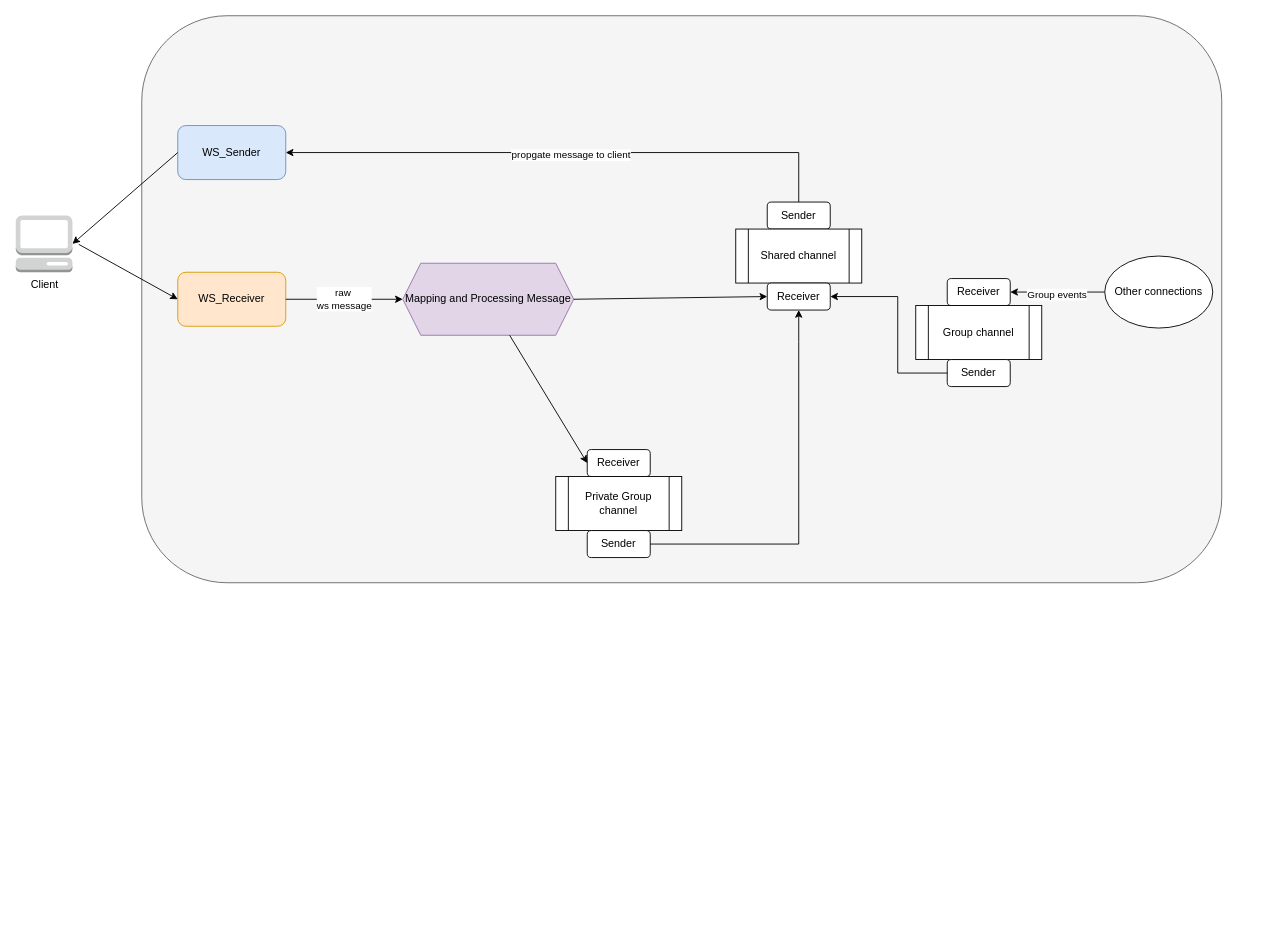
The draw.io diagram page "Workflow" (1 of 2) of doc/HandleChatSocket.drawio in tienphuckx/anony-box-backbone, before the edit. Source tidied: cells renumbered, new cells numbered last; positions are measured from the earlier drawing's top-left corner, leaving out a move shared by most shapes. Both pictures are drawn from the tidied source at 90%, with x=0, y=0 at pixel (15, 15).
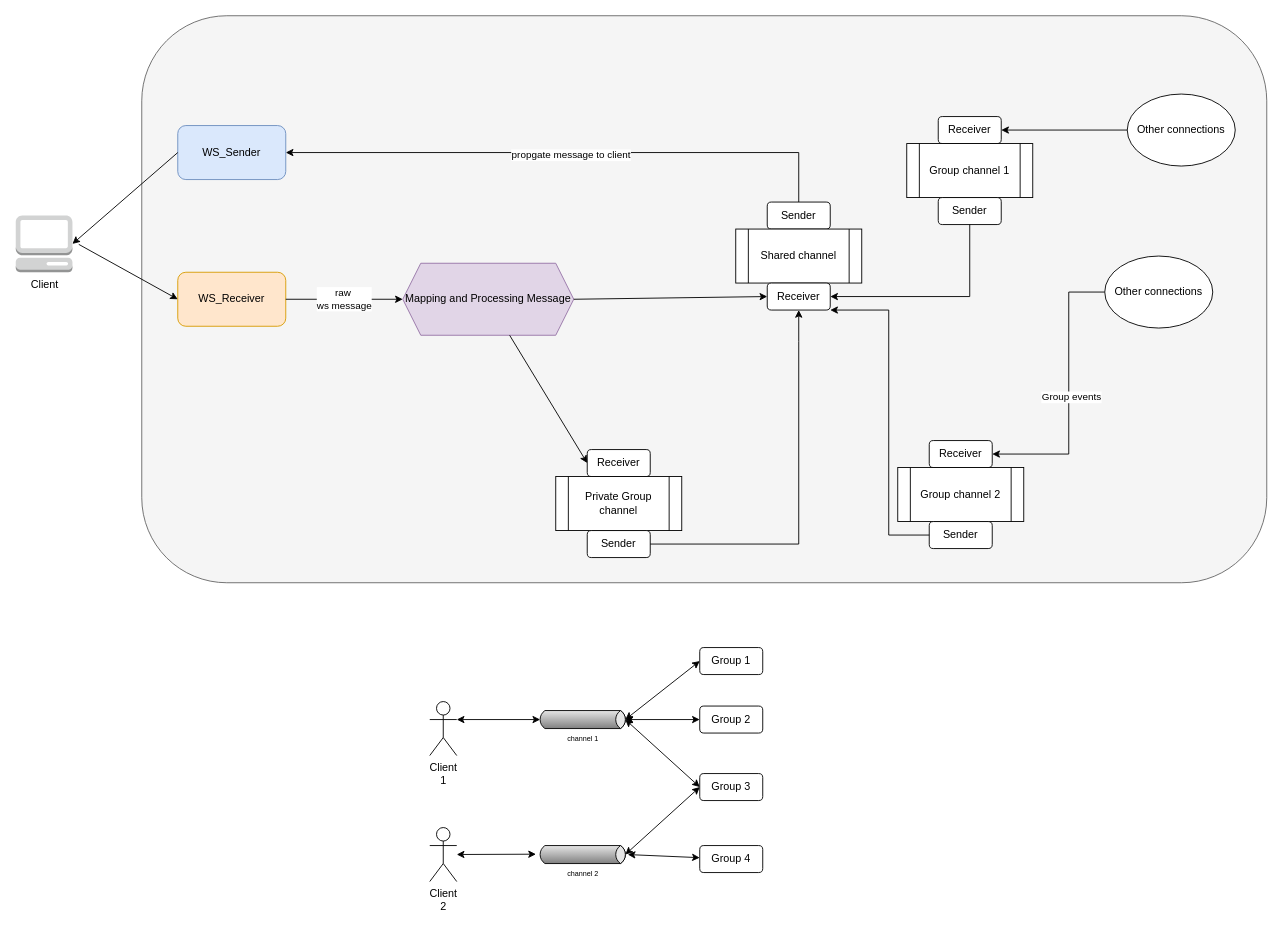
After the change.

Commit message (it also covers changes not shown here):
feat: use one WebSocket connection per a client to handle real-time events

The change refers to these unchanged cells:
```xml
<mxCell id="15" value="&lt;div&gt;Receiver&lt;/div&gt;" style="rounded=1;whiteSpace=wrap;html=1;" parent="12" vertex="1">
  <mxGeometry x="35" y="90" width="70" height="30" as="geometry" />
</mxCell>
<mxCell id="23" value="&lt;div&gt;Sender&lt;/div&gt;" style="rounded=1;whiteSpace=wrap;html=1;" parent="20" vertex="1">
  <mxGeometry x="35" y="90" width="70" height="30" as="geometry" />
</mxCell>
```

Change to the diagram source:
```diff
@@
     <mxCell id="2" style="rounded=1;whiteSpace=wrap;html=1;fillColor=#f5f5f5;fontColor=#333333;strokeColor=#666666;" parent="1" vertex="1">
-      <mxGeometry x="140" width="1200" height="630" as="geometry" />
+      <mxGeometry x="140" width="1250" height="630" as="geometry" />
     </mxCell>
@@
     <mxCell id="20" style="group;" parent="1" vertex="1">
-      <mxGeometry x="1000" y="292" width="140" height="120" as="geometry" />
+      <mxGeometry x="980" y="472" width="140" height="120" as="geometry" />
     </mxCell>
@@
-    <mxCell id="22" value="Group channel" style="shape=process;whiteSpace=wrap;html=1;backgroundOutline=1;" parent="20" vertex="1">
+    <mxCell id="22" value="Group channel 2" style="shape=process;whiteSpace=wrap;html=1;backgroundOutline=1;" parent="20" vertex="1">
       <mxGeometry y="30" width="140" height="60" as="geometry" />
     </mxCell>
@@
-    <mxCell id="28" style="endArrow=classic;html=1;rounded=0;exitX=0;exitY=0.5;exitDx=0;exitDy=0;entryX=1;entryY=0.5;entryDx=0;entryDy=0;" parent="1" edge="1" source="23" target="15">
+    <mxCell id="28" style="endArrow=classic;html=1;rounded=0;exitX=0;exitY=0.5;exitDx=0;exitDy=0;entryX=1;entryY=1;entryDx=0;entryDy=0;" parent="1" edge="1" source="23" target="15">
       <mxGeometry relative="1" as="geometry">
         <Array as="points">
-          <mxPoint x="980" y="397" />
-          <mxPoint x="980" y="312" />
+          <mxPoint x="970" y="577" />
+          <mxPoint x="970" y="327" />
         </Array>
       </mxGeometry>
     </mxCell>
@@
+    <mxCell id="31" style="group;" parent="1" vertex="1">
+      <mxGeometry x="990" y="112" width="140" height="120" as="geometry" />
+    </mxCell>
+    <mxCell id="32" value="Receiver" style="rounded=1;whiteSpace=wrap;html=1;" parent="31" vertex="1">
+      <mxGeometry x="35" width="70" height="30" as="geometry" />
+    </mxCell>
+    <mxCell id="33" value="Group channel 1" style="shape=process;whiteSpace=wrap;html=1;backgroundOutline=1;" parent="31" vertex="1">
+      <mxGeometry y="30" width="140" height="60" as="geometry" />
+    </mxCell>
+    <mxCell id="34" value="&lt;div&gt;Sender&lt;/div&gt;" style="rounded=1;whiteSpace=wrap;html=1;" parent="31" vertex="1">
+      <mxGeometry x="35" y="90" width="70" height="30" as="geometry" />
+    </mxCell>
+    <mxCell id="35" style="edgeStyle=orthogonalEdgeStyle;rounded=0;jettySize=auto;html=1;entryX=1;entryY=0.5;entryDx=0;entryDy=0;" parent="1" edge="1" source="36" target="32">
+      <mxGeometry relative="1" as="geometry" />
+    </mxCell>
+    <mxCell id="36" value="Other connections" style="ellipse;whiteSpace=wrap;html=1;" parent="1" vertex="1">
+      <mxGeometry x="1235" y="87" width="120" height="80" as="geometry" />
+    </mxCell>
+    <mxCell id="37" style="edgeStyle=orthogonalEdgeStyle;rounded=0;jettySize=auto;html=1;exitX=0.5;exitY=1;exitDx=0;exitDy=0;" parent="1" edge="1" source="34">
+      <mxGeometry relative="1" as="geometry">
+        <mxPoint x="905" y="312" as="targetPoint" />
+        <Array as="points">
+          <mxPoint x="1060" y="312" />
+          <mxPoint x="905" y="312" />
+        </Array>
+      </mxGeometry>
+    </mxCell>
+    <mxCell id="38" value="Client&lt;div&gt;1&lt;/div&gt;" style="shape=umlActor;verticalLabelPosition=bottom;verticalAlign=top;html=1;outlineConnect=0;" parent="1" vertex="1">
+      <mxGeometry x="460" y="762" width="30" height="60" as="geometry" />
+    </mxCell>
+    <mxCell id="39" value="Group 1" style="rounded=1;whiteSpace=wrap;html=1;" parent="1" vertex="1">
+      <mxGeometry x="760" y="702" width="70" height="30" as="geometry" />
+    </mxCell>
+    <mxCell id="40" value="Group 2" style="rounded=1;whiteSpace=wrap;html=1;" parent="1" vertex="1">
+      <mxGeometry x="760" y="767" width="70" height="30" as="geometry" />
+    </mxCell>
+    <mxCell id="41" value="Group 3" style="rounded=1;whiteSpace=wrap;html=1;" parent="1" vertex="1">
+      <mxGeometry x="760" y="842" width="70" height="30" as="geometry" />
+    </mxCell>
+    <mxCell id="42" value="channel 1" style="strokeWidth=1;outlineConnect=0;dashed=0;align=center;fontSize=8;shape=mxgraph.eip.messageChannel;html=1;verticalLabelPosition=bottom;verticalAlign=top;" parent="1" vertex="1">
+      <mxGeometry x="580" y="772" width="100" height="20" as="geometry" />
+    </mxCell>
+    <mxCell id="43" style="endArrow=classic;startArrow=classic;html=1;rounded=0;exitX=1;exitY=0.3333333333333333;exitDx=0;exitDy=0;exitPerimeter=0;entryX=0;entryY=0.5;entryDx=2.7;entryDy=0;entryPerimeter=0;" parent="1" edge="1" source="38" target="42">
+      <mxGeometry relative="1" as="geometry" />
+    </mxCell>
+    <mxCell id="44" style="endArrow=classic;startArrow=classic;html=1;rounded=0;entryX=0;entryY=0.5;entryDx=0;entryDy=0;exitX=1;exitY=0.5;exitDx=-2.7;exitDy=0;exitPerimeter=0;" parent="1" edge="1" source="42" target="39">
+      <mxGeometry relative="1" as="geometry" />
+    </mxCell>
+    <mxCell id="45" style="endArrow=classic;startArrow=classic;html=1;rounded=0;entryX=0;entryY=0.5;entryDx=0;entryDy=0;exitX=1;exitY=0.5;exitDx=-2.7;exitDy=0;exitPerimeter=0;" parent="1" edge="1" source="42" target="40">
+      <mxGeometry relative="1" as="geometry" />
+    </mxCell>
+    <mxCell id="46" style="endArrow=classic;startArrow=classic;html=1;rounded=0;entryX=0;entryY=0.5;entryDx=0;entryDy=0;exitX=1;exitY=0.5;exitDx=-2.7;exitDy=0;exitPerimeter=0;" parent="1" edge="1" source="42" target="41">
+      <mxGeometry relative="1" as="geometry" />
+    </mxCell>
+    <mxCell id="47" value="Client&lt;div&gt;2&lt;/div&gt;" style="shape=umlActor;verticalLabelPosition=bottom;verticalAlign=top;html=1;outlineConnect=0;" parent="1" vertex="1">
+      <mxGeometry x="460" y="902" width="30" height="60" as="geometry" />
+    </mxCell>
+    <mxCell id="48" style="endArrow=classic;startArrow=classic;html=1;rounded=0;entryX=0;entryY=0.5;entryDx=2.7;entryDy=0;entryPerimeter=0;" parent="1" edge="1" source="47">
+      <mxGeometry relative="1" as="geometry">
+        <mxPoint x="578" y="931.6" as="targetPoint" />
+      </mxGeometry>
+    </mxCell>
+    <mxCell id="49" value="channel 2" style="strokeWidth=1;outlineConnect=0;dashed=0;align=center;fontSize=8;shape=mxgraph.eip.messageChannel;html=1;verticalLabelPosition=bottom;verticalAlign=top;" parent="1" vertex="1">
+      <mxGeometry x="580" y="922" width="100" height="20" as="geometry" />
+    </mxCell>
+    <mxCell id="50" value="Group 4" style="rounded=1;whiteSpace=wrap;html=1;" parent="1" vertex="1">
+      <mxGeometry x="760" y="922" width="70" height="30" as="geometry" />
+    </mxCell>
+    <mxCell id="51" style="endArrow=classic;startArrow=classic;html=1;rounded=0;entryX=0;entryY=0.5;entryDx=0;entryDy=0;exitX=1;exitY=0.5;exitDx=-2.7;exitDy=0;exitPerimeter=0;" parent="1" edge="1" source="49" target="41">
+      <mxGeometry relative="1" as="geometry" />
+    </mxCell>
+    <mxCell id="52" style="endArrow=classic;startArrow=classic;html=1;rounded=0;" parent="1" edge="1" target="50">
+      <mxGeometry relative="1" as="geometry">
+        <mxPoint x="680" y="932" as="sourcePoint" />
+      </mxGeometry>
+    </mxCell>
```
